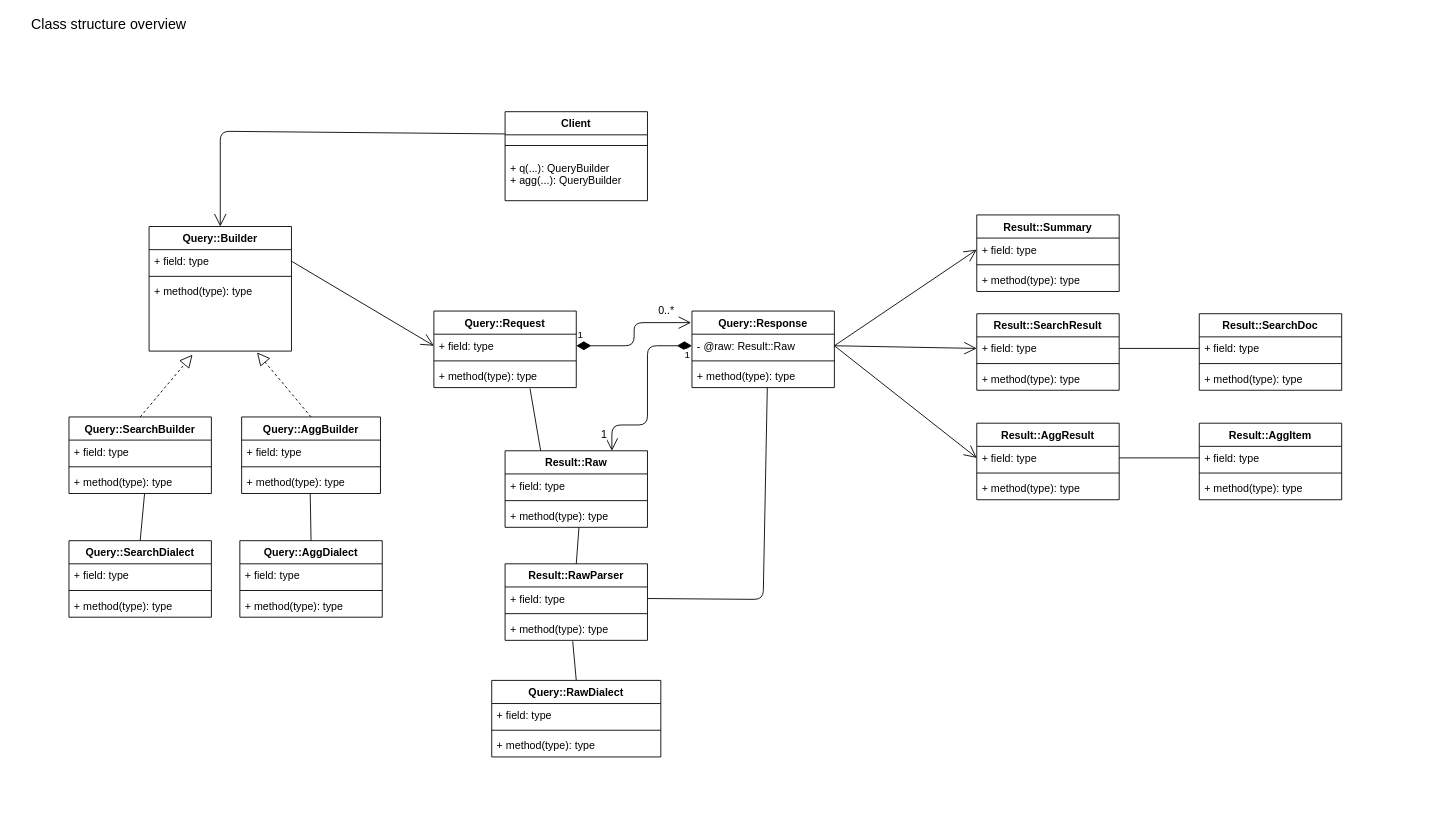
Aramassa/elastic_mini_query keeps this draw.io diagram as docs/class_diagram.drawio. Above is the earlier version. Source tidied: cells renumbered, new cells numbered last; positions are measured from the earlier drawing's top-left corner, leaving out a move shared by most shapes. Both pictures are drawn from the tidied source at 89%, with x=0, y=0 at pixel (15, 15).
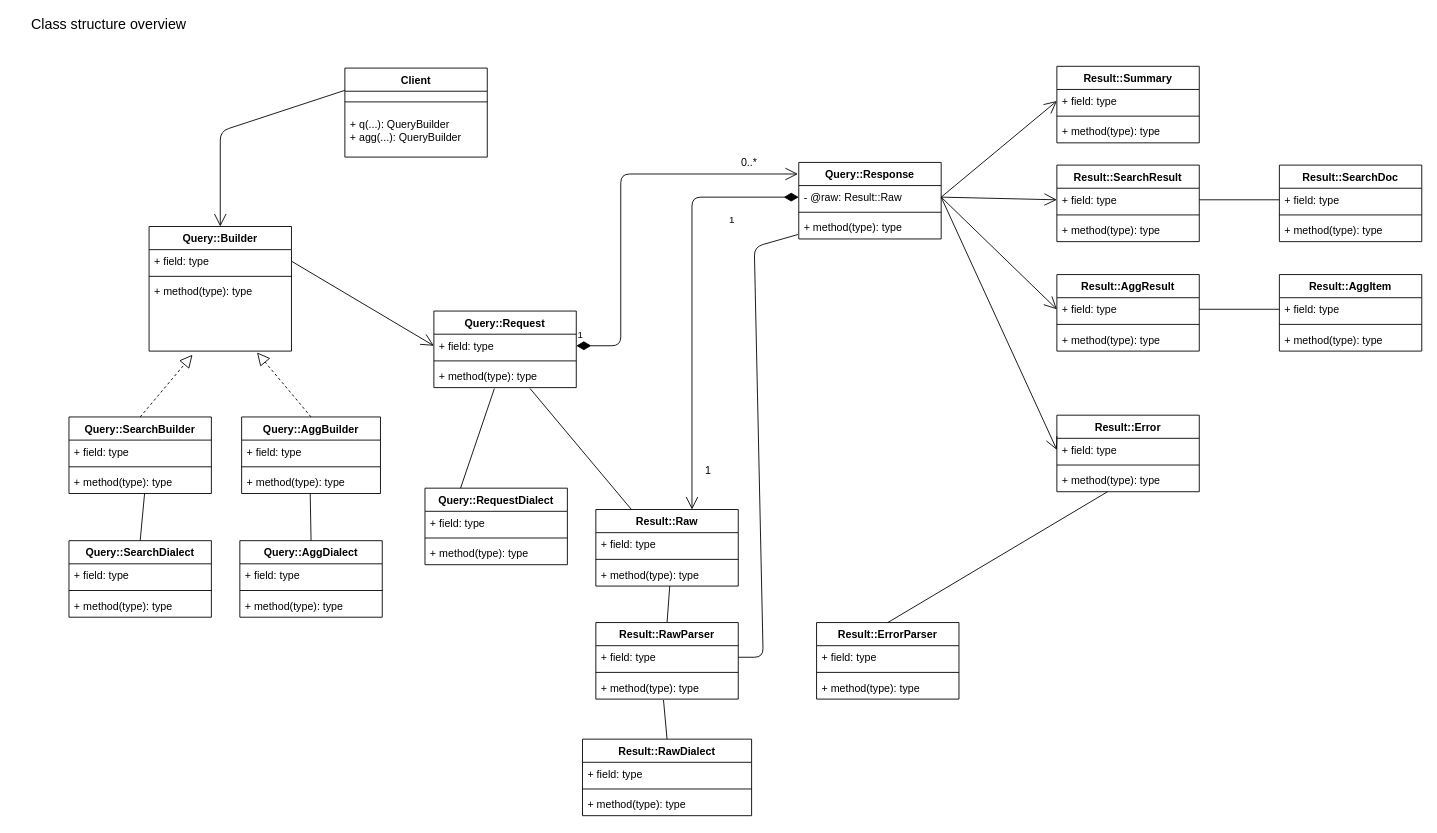
Above is the later version.

Commit message:
update class diagram

Unchanged cells that the change refers to:
```xml
<mxCell id="3" value="- @raw: Result::Raw" style="text;strokeColor=none;fillColor=none;align=left;verticalAlign=top;spacingLeft=4;spacingRight=4;overflow=hidden;points=[[0,0.5],[1,0.5]];portConstraint=eastwest;" parent="2" vertex="1">
  <mxGeometry y="26" width="160" height="26" as="geometry" />
</mxCell>
<mxCell id="5" value="+ method(type): type" style="text;strokeColor=none;fillColor=none;align=left;verticalAlign=top;spacingLeft=4;spacingRight=4;overflow=hidden;points=[[0,0.5],[1,0.5]];portConstraint=eastwest;" parent="2" vertex="1">
  <mxGeometry y="60" width="160" height="26" as="geometry" />
</mxCell>
<mxCell id="48" value="+ field: type" style="text;strokeColor=none;fillColor=none;align=left;verticalAlign=top;spacingLeft=4;spacingRight=4;overflow=hidden;points=[[0,0.5],[1,0.5]];portConstraint=eastwest;" parent="47" vertex="1">
  <mxGeometry y="26" width="160" height="26" as="geometry" />
</mxCell>
<mxCell id="56" value="+ field: type" style="text;strokeColor=none;fillColor=none;align=left;verticalAlign=top;spacingLeft=4;spacingRight=4;overflow=hidden;points=[[0,0.5],[1,0.5]];portConstraint=eastwest;" parent="55" vertex="1">
  <mxGeometry y="26" width="160" height="26" as="geometry" />
</mxCell>
<mxCell id="58" value="+ method(type): type" style="text;strokeColor=none;fillColor=none;align=left;verticalAlign=top;spacingLeft=4;spacingRight=4;overflow=hidden;points=[[0,0.5],[1,0.5]];portConstraint=eastwest;" parent="55" vertex="1">
  <mxGeometry y="60" width="160" height="26" as="geometry" />
</mxCell>
```

Diff of the diagram source:
```diff
@@
     <mxCell id="2" value="Query::Response&#10;" style="swimlane;fontStyle=1;align=center;verticalAlign=top;horizontal=1;startSize=26;" parent="1" vertex="1">
-      <mxGeometry x="760" y="332" width="160" height="86" as="geometry" />
+      <mxGeometry x="880" y="165" width="160" height="86" as="geometry" />
     </mxCell>
@@
     <mxCell id="28" value="Client&#10;" style="swimlane;fontStyle=1;align=center;verticalAlign=top;horizontal=1;startSize=26;" parent="1" vertex="1">
-      <mxGeometry x="550" y="108" width="160" height="100" as="geometry" />
+      <mxGeometry x="370" y="59" width="160" height="100" as="geometry" />
     </mxCell>
@@
     <mxCell id="31" value="Result::Summary&#10;&#10;" style="swimlane;fontStyle=1;align=center;verticalAlign=top;horizontal=1;startSize=26;" parent="1" vertex="1">
-      <mxGeometry x="1080" y="224" width="160" height="86" as="geometry" />
+      <mxGeometry x="1170" y="57" width="160" height="86" as="geometry" />
     </mxCell>
@@
     <mxCell id="35" value="Result::SearchResult&#10;" style="swimlane;fontStyle=1;align=center;verticalAlign=top;horizontal=1;startSize=26;" parent="1" vertex="1">
-      <mxGeometry x="1080" y="335" width="160" height="86" as="geometry" />
+      <mxGeometry x="1170" y="168" width="160" height="86" as="geometry" />
     </mxCell>
@@
     <mxCell id="39" value="Result::AggResult" style="swimlane;fontStyle=1;align=center;verticalAlign=top;horizontal=1;startSize=26;" parent="1" vertex="1">
-      <mxGeometry x="1080" y="458" width="160" height="86" as="geometry" />
+      <mxGeometry x="1170" y="291" width="160" height="86" as="geometry" />
     </mxCell>
@@
     <mxCell id="43" value="Result::Raw&#10;" style="swimlane;fontStyle=1;align=center;verticalAlign=top;horizontal=1;startSize=26;" parent="1" vertex="1">
-      <mxGeometry x="550" y="489" width="160" height="86" as="geometry" />
+      <mxGeometry x="652" y="555" width="160" height="86" as="geometry" />
     </mxCell>
@@
     <mxCell id="47" value="Result::RawParser" style="swimlane;fontStyle=1;align=center;verticalAlign=top;horizontal=1;startSize=26;" parent="1" vertex="1">
-      <mxGeometry x="550" y="616" width="160" height="86" as="geometry" />
+      <mxGeometry x="652" y="682" width="160" height="86" as="geometry" />
     </mxCell>
@@
-    <mxCell id="51" value="Query::RawDialect" style="swimlane;fontStyle=1;align=center;verticalAlign=top;horizontal=1;startSize=26;" parent="1" vertex="1">
-      <mxGeometry x="535" y="747" width="190" height="86" as="geometry" />
+    <mxCell id="51" value="Result::RawDialect" style="swimlane;fontStyle=1;align=center;verticalAlign=top;horizontal=1;startSize=26;" parent="1" vertex="1">
+      <mxGeometry x="637" y="813" width="190" height="86" as="geometry" />
     </mxCell>
@@
     <mxCell id="70" value="1" style="endArrow=open;html=1;endSize=12;startArrow=diamondThin;startSize=14;startFill=1;edgeStyle=orthogonalEdgeStyle;align=left;verticalAlign=bottom;exitX=1;exitY=0.5;exitDx=0;exitDy=0;entryX=-0.006;entryY=0.151;entryDx=0;entryDy=0;entryPerimeter=0;" parent="1" edge="1" source="56" target="2">
-      <mxGeometry x="-1" y="3" relative="1" as="geometry" />
+      <mxGeometry x="-1" y="3" relative="1" as="geometry">
+        <Array as="points">
+          <mxPoint x="680" y="371" />
+          <mxPoint x="680" y="178" />
+        </Array>
+      </mxGeometry>
     </mxCell>
@@
-    <mxCell id="72" value="1" style="endArrow=open;html=1;endSize=12;startArrow=diamondThin;startSize=14;startFill=1;edgeStyle=orthogonalEdgeStyle;align=left;verticalAlign=bottom;exitX=0;exitY=0.5;exitDx=0;exitDy=0;entryX=0.75;entryY=0;entryDx=0;entryDy=0;" parent="1" edge="1" source="3" target="43">
+    <mxCell id="72" value="1" style="endArrow=open;html=1;endSize=12;startArrow=diamondThin;startSize=14;startFill=1;edgeStyle=orthogonalEdgeStyle;align=left;verticalAlign=bottom;exitX=0;exitY=0.5;exitDx=0;exitDy=0;" parent="1" edge="1" source="3">
       <mxGeometry x="-0.34" y="40" relative="1" as="geometry">
+        <mxPoint x="760" y="555" as="targetPoint" />
         <Array as="points">
-          <mxPoint x="710" y="371" />
-          <mxPoint x="710" y="460" />
-          <mxPoint x="670" y="460" />
+          <mxPoint x="760" y="204" />
         </Array>
       </mxGeometry>
     </mxCell>
     <mxCell id="73" value="1" style="text;html=1;align=center;verticalAlign=middle;labelBackgroundColor=#ffffff;" parent="72" vertex="1">
       <mxGeometry x="0.81" relative="1" as="geometry">
-        <mxPoint x="-10" y="1" as="offset" />
+        <mxPoint x="17" y="1" as="offset" />
       </mxGeometry>
     </mxCell>
-    <mxCell id="74" style="endArrow=none;html=1;entryX=0.529;entryY=0.998;entryDx=0;entryDy=0;entryPerimeter=0;exitX=1;exitY=0.5;exitDx=0;exitDy=0;" parent="1" edge="1" source="48" target="5">
+    <mxCell id="74" style="endArrow=none;html=1;entryX=-0.006;entryY=0.808;entryDx=0;entryDy=0;entryPerimeter=0;exitX=1;exitY=0.5;exitDx=0;exitDy=0;" parent="1" edge="1" source="48" target="5">
       <mxGeometry relative="1" as="geometry">
         <Array as="points">
-          <mxPoint x="840" y="656" />
+          <mxPoint x="840" y="721" />
+          <mxPoint x="830" y="260" />
         </Array>
       </mxGeometry>
     </mxCell>
     <mxCell id="75" value="Result::AggItem&#10;" style="swimlane;fontStyle=1;align=center;verticalAlign=top;horizontal=1;startSize=26;" parent="1" vertex="1">
-      <mxGeometry x="1330" y="458" width="160" height="86" as="geometry" />
+      <mxGeometry x="1420" y="291" width="160" height="86" as="geometry" />
     </mxCell>
@@
     <mxCell id="79" value="Result::SearchDoc" style="swimlane;fontStyle=1;align=center;verticalAlign=top;horizontal=1;startSize=26;" parent="1" vertex="1">
-      <mxGeometry x="1330" y="335" width="160" height="86" as="geometry" />
+      <mxGeometry x="1420" y="168" width="160" height="86" as="geometry" />
     </mxCell>
@@
+    <mxCell id="85" value="Query::RequestDialect" style="swimlane;fontStyle=1;align=center;verticalAlign=top;horizontal=1;startSize=26;" parent="1" vertex="1">
+      <mxGeometry x="460" y="531" width="160" height="86" as="geometry" />
+    </mxCell>
+    <mxCell id="86" value="+ field: type" style="text;strokeColor=none;fillColor=none;align=left;verticalAlign=top;spacingLeft=4;spacingRight=4;overflow=hidden;" parent="85" vertex="1">
+      <mxGeometry y="26" width="160" height="26" as="geometry" />
+    </mxCell>
+    <mxCell id="87" style="line;strokeWidth=1;fillColor=none;align=left;verticalAlign=middle;spacingTop=-1;spacingLeft=3;spacingRight=3;labelPosition=right;" parent="85" vertex="1">
+      <mxGeometry y="52" width="160" height="8" as="geometry" />
+    </mxCell>
+    <mxCell id="88" value="+ method(type): type" style="text;strokeColor=none;fillColor=none;align=left;verticalAlign=top;spacingLeft=4;spacingRight=4;overflow=hidden;" parent="85" vertex="1">
+      <mxGeometry y="60" width="160" height="26" as="geometry" />
+    </mxCell>
+    <mxCell id="89" style="endArrow=none;html=1;entryX=0.425;entryY=1.038;entryDx=0;entryDy=0;entryPerimeter=0;exitX=0.25;exitY=0;exitDx=0;exitDy=0;" parent="1" edge="1" source="85" target="58">
+      <mxGeometry relative="1" as="geometry" />
+    </mxCell>
+    <mxCell id="90" value="Result::Error" style="swimlane;fontStyle=1;align=center;verticalAlign=top;horizontal=1;startSize=26;" parent="1" vertex="1">
+      <mxGeometry x="1170" y="449" width="160" height="86" as="geometry" />
+    </mxCell>
+    <mxCell id="91" value="+ field: type" style="text;strokeColor=none;fillColor=none;align=left;verticalAlign=top;spacingLeft=4;spacingRight=4;overflow=hidden;points=[[0,0.5],[1,0.5]];portConstraint=eastwest;" parent="90" vertex="1">
+      <mxGeometry y="26" width="160" height="26" as="geometry" />
+    </mxCell>
+    <mxCell id="92" style="line;strokeWidth=1;fillColor=none;align=left;verticalAlign=middle;spacingTop=-1;spacingLeft=3;spacingRight=3;labelPosition=right;" parent="90" vertex="1">
+      <mxGeometry y="52" width="160" height="8" as="geometry" />
+    </mxCell>
+    <mxCell id="93" value="+ method(type): type" style="text;strokeColor=none;fillColor=none;align=left;verticalAlign=top;spacingLeft=4;spacingRight=4;overflow=hidden;points=[[0,0.5],[1,0.5]];portConstraint=eastwest;" parent="90" vertex="1">
+      <mxGeometry y="60" width="160" height="26" as="geometry" />
+    </mxCell>
+    <mxCell id="94" value="Result::ErrorParser" style="swimlane;fontStyle=1;align=center;verticalAlign=top;horizontal=1;startSize=26;" parent="1" vertex="1">
+      <mxGeometry x="900" y="682" width="160" height="86" as="geometry" />
+    </mxCell>
+    <mxCell id="95" value="+ field: type" style="text;strokeColor=none;fillColor=none;align=left;verticalAlign=top;spacingLeft=4;spacingRight=4;overflow=hidden;" parent="94" vertex="1">
+      <mxGeometry y="26" width="160" height="26" as="geometry" />
+    </mxCell>
+    <mxCell id="96" style="line;strokeWidth=1;fillColor=none;align=left;verticalAlign=middle;spacingTop=-1;spacingLeft=3;spacingRight=3;labelPosition=right;" parent="94" vertex="1">
+      <mxGeometry y="52" width="160" height="8" as="geometry" />
+    </mxCell>
+    <mxCell id="97" value="+ method(type): type" style="text;strokeColor=none;fillColor=none;align=left;verticalAlign=top;spacingLeft=4;spacingRight=4;overflow=hidden;" parent="94" vertex="1">
+      <mxGeometry y="60" width="160" height="26" as="geometry" />
+    </mxCell>
+    <mxCell id="98" style="endArrow=none;html=1;entryX=0.356;entryY=1;entryDx=0;entryDy=0;entryPerimeter=0;exitX=0.5;exitY=0;exitDx=0;exitDy=0;" parent="1" edge="1" source="94" target="93">
+      <mxGeometry relative="1" as="geometry" />
+    </mxCell>
+    <mxCell id="99" style="endArrow=open;endFill=1;endSize=12;html=1;exitX=1;exitY=0.5;exitDx=0;exitDy=0;entryX=0;entryY=0.5;entryDx=0;entryDy=0;" parent="1" edge="1" source="3" target="91">
+      <mxGeometry relative="1" as="geometry" />
+    </mxCell>
```
